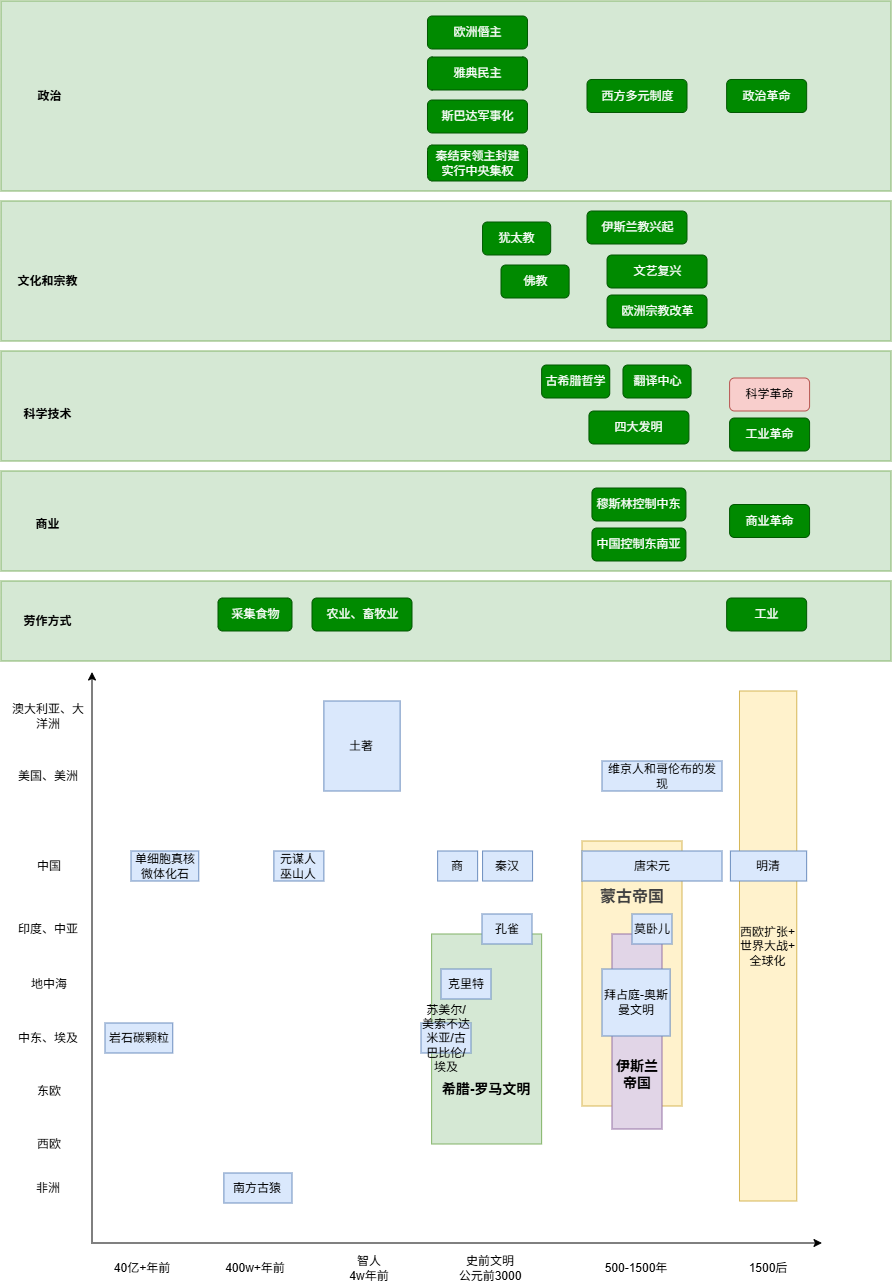
codefossil/livingbook keeps this draw.io diagram as image/global.drawio.png. Above is the earlier version. Source tidied: cells renumbered, new cells last; positions are measured from the earlier drawing's top-left corner, leaving out a move shared by most shapes.
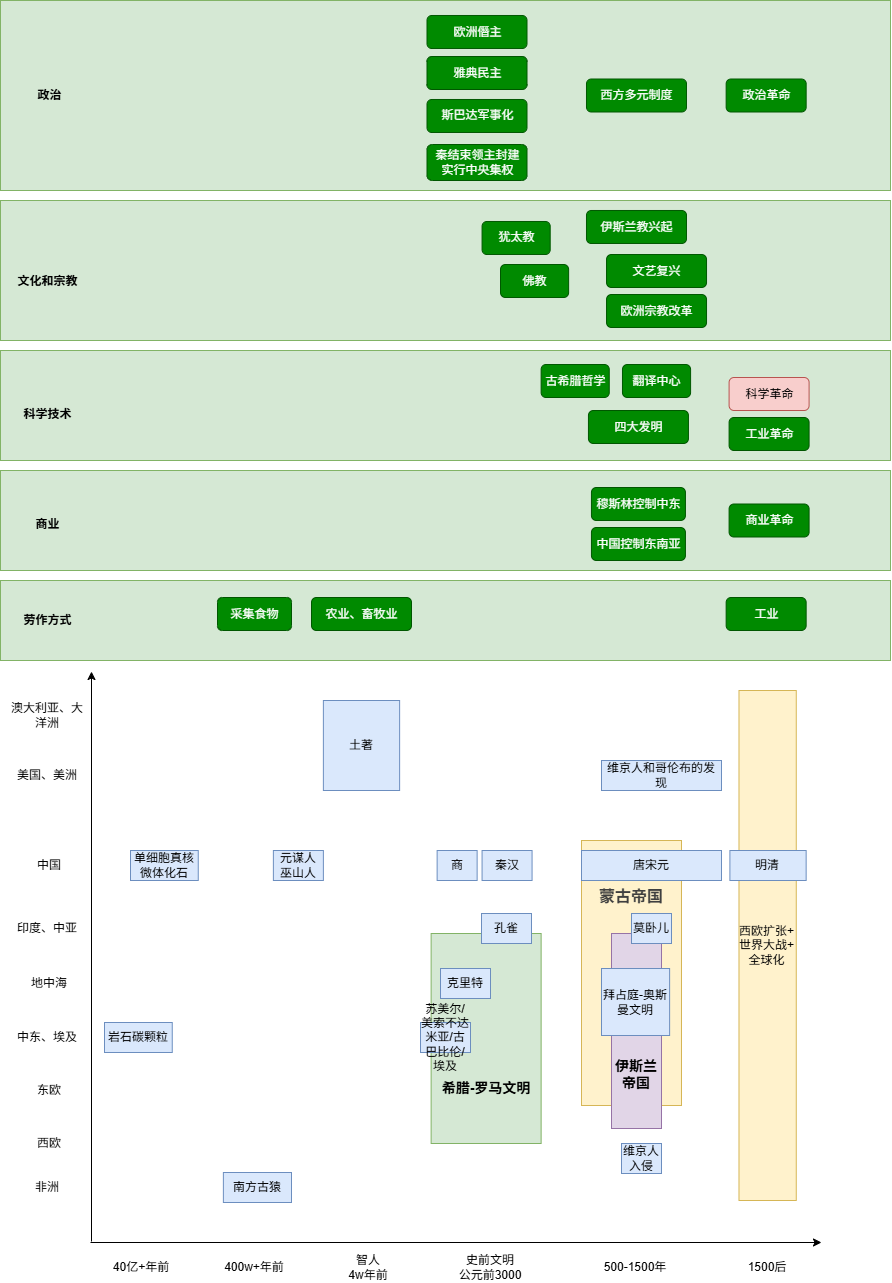
After the change.

What changed in the source:
```diff
@@ -212,5 +212,8 @@
     <mxCell id="69" value="地中海" style="text;html=1;strokeColor=none;fillColor=none;align=center;verticalAlign=middle;whiteSpace=wrap;rounded=0;" parent="1" vertex="1">
       <mxGeometry x="11.9" y="968" width="73.8" height="30" as="geometry" />
     </mxCell>
+    <mxCell id="70" value="维京人入侵" style="text;html=1;strokeColor=#6c8ebf;fillColor=#dae8fc;align=center;verticalAlign=middle;whiteSpace=wrap;rounded=0;" parent="1" vertex="1">
+      <mxGeometry x="621" y="1143" width="40" height="30" as="geometry" />
+    </mxCell>
   </root>
 </mxGraphModel>
```
